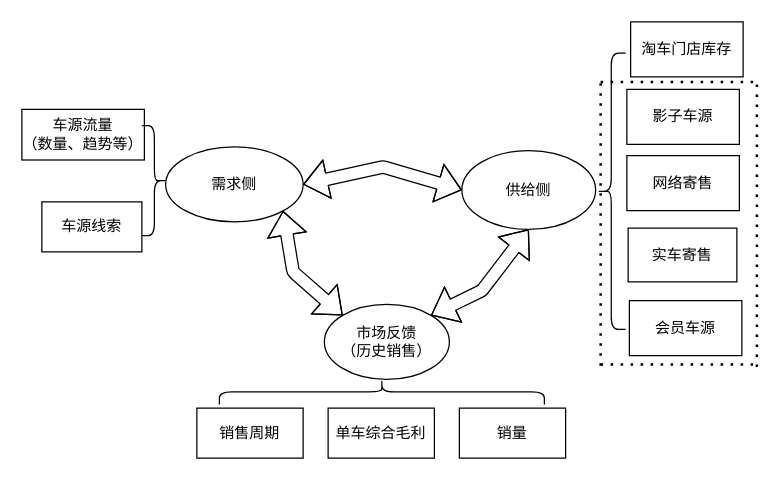
Earlier version of the draw.io diagram Untitled Diagram.drawio (mrlonely001/gittest). Source tidied: cells renumbered, new cells numbered last; positions are measured from the earlier drawing's top-left corner, leaving out a move shared by most shapes. Both pictures are drawn from the tidied source at 125%, with x=0, y=0 at pixel (21, 21).
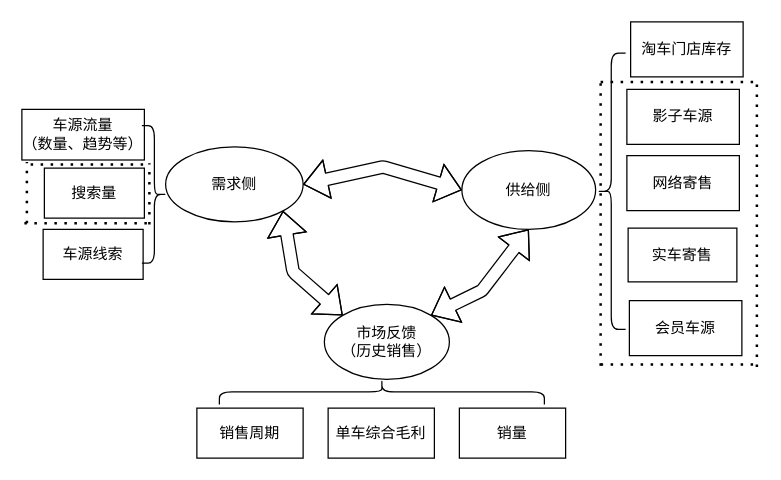
After the change.

Commit message:
库存结构思路图.drawio

Change to the diagram source:
```diff
@@
     <mxCell id="4" value="车源线索" style="rounded=0;whiteSpace=wrap;html=1;" parent="1" vertex="1">
-      <mxGeometry x="16" y="144" width="80" height="40" as="geometry" />
+      <mxGeometry x="17" y="166" width="80" height="40" as="geometry" />
     </mxCell>
@@
     <mxCell id="20" style="shape=curlyBracket;whiteSpace=wrap;html=1;rounded=1;rotation=-180;" parent="1" vertex="1">
-      <mxGeometry x="96" y="83" width="20" height="88" as="geometry" />
+      <mxGeometry x="96" y="83" width="20" height="110" as="geometry" />
     </mxCell>
@@
+    <mxCell id="25" value="搜索量" style="rounded=0;whiteSpace=wrap;html=1;" parent="1" vertex="1">
+      <mxGeometry x="18" y="117" width="80" height="40" as="geometry" />
+    </mxCell>
+    <mxCell id="26" style="endArrow=none;dashed=1;html=1;dashPattern=1 3;strokeWidth=2;" parent="1" edge="1">
+      <mxGeometry relative="1" as="geometry">
+        <mxPoint x="4" y="161" as="sourcePoint" />
+        <mxPoint x="4" y="112" as="targetPoint" />
+      </mxGeometry>
+    </mxCell>
+    <mxCell id="27" style="endArrow=none;dashed=1;html=1;dashPattern=1 3;strokeWidth=2;" parent="1" edge="1">
+      <mxGeometry relative="1" as="geometry">
+        <mxPoint x="7" y="114" as="sourcePoint" />
+        <mxPoint x="103" y="114" as="targetPoint" />
+      </mxGeometry>
+    </mxCell>
+    <mxCell id="28" style="endArrow=none;dashed=1;html=1;dashPattern=1 3;strokeWidth=2;" parent="1" edge="1">
+      <mxGeometry relative="1" as="geometry">
+        <mxPoint x="100" y="161" as="sourcePoint" />
+        <mxPoint x="2" y="161" as="targetPoint" />
+      </mxGeometry>
+    </mxCell>
+    <mxCell id="29" style="endArrow=none;dashed=1;html=1;dashPattern=1 3;strokeWidth=2;" parent="1" edge="1">
+      <mxGeometry relative="1" as="geometry">
+        <mxPoint x="102" y="162" as="sourcePoint" />
+        <mxPoint x="102" y="113" as="targetPoint" />
+      </mxGeometry>
+    </mxCell>
```
